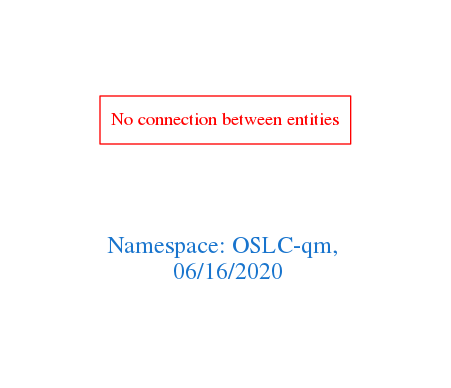
Above: downloads/OSLC-qm.png in arago/OGIT (Graphviz), before the change. Its source is kept beside it as downloads/OSLC-qm.dot.
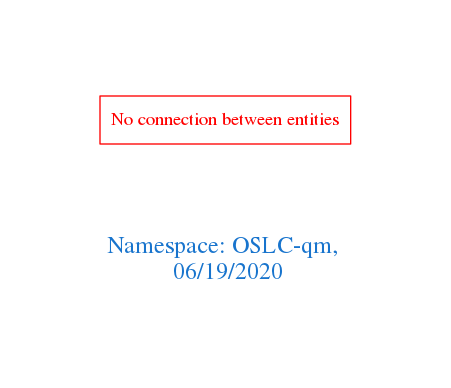
Later version of the same file.

Change to the diagram source:
```diff
@@ -1,7 +1,7 @@
 digraph OGIT_ontology {
  graph [ rankdir= LR,pad=1
 fontsize = 18,
-fontcolor= dodgerblue3,label = "\n\n\nNamespace: OSLC-qm, \n 06/16/2020"];
+fontcolor= dodgerblue3,label = "\n\n\nNamespace: OSLC-qm, \n 06/19/2020"];
 node[shape=polygon];
 edge [  color="gray81"];
 
```
